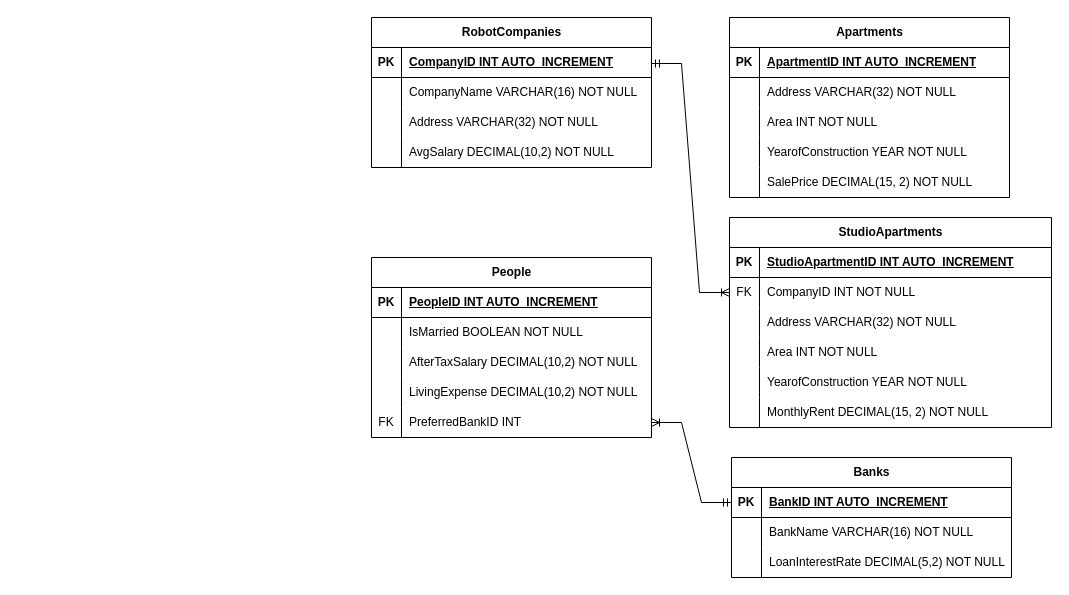
Above: Home Sweet Home_new.drawio in Jubin-Kang/eda_team_project_hsh (draw.io), before the change. Source tidied: cells renumbered, new cells numbered last; positions are measured from the earlier drawing's top-left corner, leaving out a move shared by most shapes. Both pictures are drawn from the tidied source at 100%, with x=0, y=0 at pixel (371, 17).
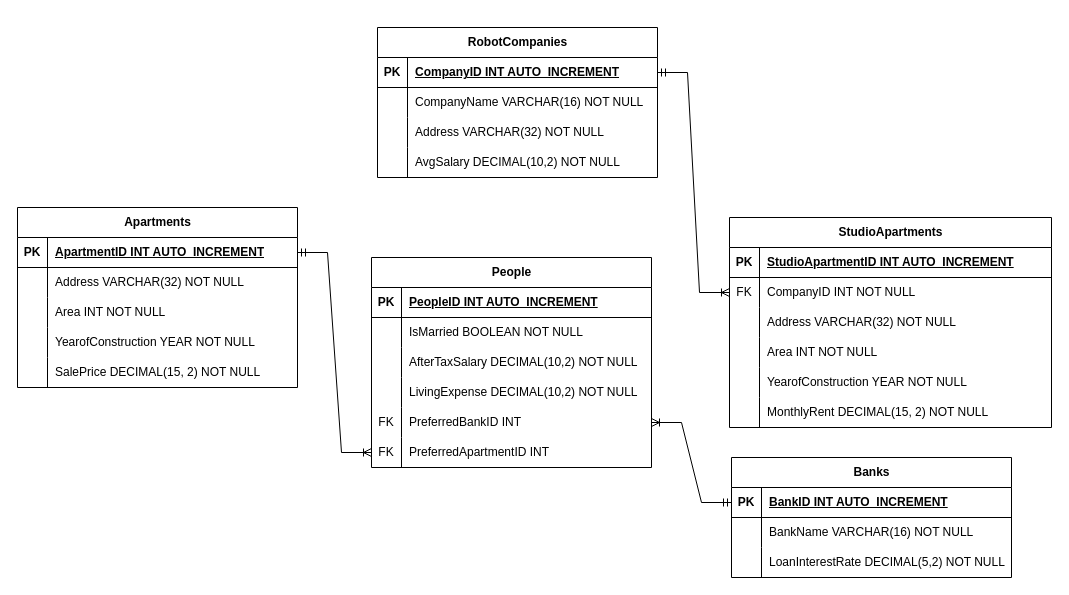
The same diagram, later.

Unchanged cells that the change refers to:
```xml
<mxCell id="3" style="shape=tableRow;horizontal=0;startSize=0;swimlaneHead=0;swimlaneBody=0;fillColor=none;points=[[0,0.5],[1,0.5]];portConstraint=eastwest;top=0;left=0;right=0;bottom=1;" parent="2" vertex="1">
  <mxGeometry y="30" width="280" height="30" as="geometry" />
</mxCell>
<mxCell id="16" style="shape=tableRow;horizontal=0;startSize=0;swimlaneHead=0;swimlaneBody=0;fillColor=none;points=[[0,0.5],[1,0.5]];portConstraint=eastwest;top=0;left=0;right=0;bottom=1;" parent="15" vertex="1">
  <mxGeometry y="30" width="280" height="30" as="geometry" />
</mxCell>
<mxCell id="63" style="shape=tableRow;horizontal=0;startSize=0;swimlaneHead=0;swimlaneBody=0;fillColor=none;points=[[0,0.5],[1,0.5]];portConstraint=eastwest;top=0;left=0;right=0;bottom=0;" parent="59" vertex="1">
  <mxGeometry y="60" width="322" height="30" as="geometry" />
</mxCell>
```

What changed in the source:
```diff
@@
     <mxCell id="2" value="RobotCompanies" style="shape=table;startSize=30;childLayout=tableLayout;rowLines=0;fontStyle=1;align=center;html=1;" parent="1" vertex="1">
-      <mxGeometry width="280" height="150" as="geometry" />
+      <mxGeometry x="6" y="10" width="280" height="150" as="geometry" />
     </mxCell>
@@
     <mxCell id="15" value="Apartments" style="shape=table;startSize=30;childLayout=tableLayout;rowLines=0;fontStyle=1;align=center;html=1;" parent="1" vertex="1">
-      <mxGeometry x="358" width="280" height="180" as="geometry" />
+      <mxGeometry x="-354" y="190" width="280" height="180" as="geometry" />
     </mxCell>
@@
-    <mxCell id="31" style="edgeStyle=entityRelationEdgeStyle;fontSize=12;html=1;endArrow=ERoneToMany;startArrow=ERmandOne;rounded=0;exitX=1;exitY=0.5;exitDx=0;exitDy=0;entryX=0;entryY=0.5;entryDx=0;entryDy=0;" parent="1" edge="1" target="63">
+    <mxCell id="31" style="edgeStyle=entityRelationEdgeStyle;fontSize=12;html=1;endArrow=ERoneToMany;startArrow=ERmandOne;rounded=0;exitX=1;exitY=0.5;exitDx=0;exitDy=0;entryX=0;entryY=0.5;entryDx=0;entryDy=0;" parent="1" edge="1" source="3" target="63">
       <mxGeometry relative="1" as="geometry">
-        <mxPoint x="280" y="46" as="sourcePoint" />
         <Array as="points">
-          <mxPoint x="290" y="46" />
-          <mxPoint x="290" y="56" />
+          <mxPoint x="336" y="-4" />
+          <mxPoint x="336" y="6" />
         </Array>
       </mxGeometry>
     </mxCell>
     <mxCell id="32" value="People" style="shape=table;startSize=30;childLayout=tableLayout;rowLines=0;fontStyle=1;align=center;html=1;" parent="1" vertex="1">
-      <mxGeometry y="240" width="280" height="180" as="geometry" />
+      <mxGeometry y="240" width="280" height="210" as="geometry" />
     </mxCell>
@@
+    <mxCell id="78" style="shape=tableRow;horizontal=0;startSize=0;swimlaneHead=0;swimlaneBody=0;fillColor=none;points=[[0,0.5],[1,0.5]];portConstraint=eastwest;top=0;left=0;right=0;bottom=0;" parent="32" vertex="1">
+      <mxGeometry y="180" width="280" height="30" as="geometry" />
+    </mxCell>
+    <mxCell id="79" value="FK" style="shape=partialRectangle;fillColor=none;top=0;left=0;bottom=0;right=0;overflow=hidden;whiteSpace=wrap;html=1;" parent="78" vertex="1">
+      <mxGeometry width="30" height="30" as="geometry" />
+    </mxCell>
+    <mxCell id="80" value="PreferredApartmentID INT" style="shape=partialRectangle;fillColor=none;top=0;left=0;bottom=0;right=0;align=left;spacingLeft=6;overflow=hidden;whiteSpace=wrap;html=1;" parent="78" vertex="1">
+      <mxGeometry x="30" width="250" height="30" as="geometry" />
+    </mxCell>
@@
+    <mxCell id="81" style="edgeStyle=entityRelationEdgeStyle;fontSize=12;html=1;endArrow=ERoneToMany;startArrow=ERmandOne;rounded=0;exitX=1;exitY=0.5;exitDx=0;exitDy=0;entryX=0;entryY=0.5;entryDx=0;entryDy=0;" parent="1" edge="1" source="16" target="78">
+      <mxGeometry relative="1" as="geometry">
+        <Array as="points">
+          <mxPoint x="-22" y="466" />
+          <mxPoint x="-22" y="476" />
+        </Array>
+      </mxGeometry>
+    </mxCell>
```
